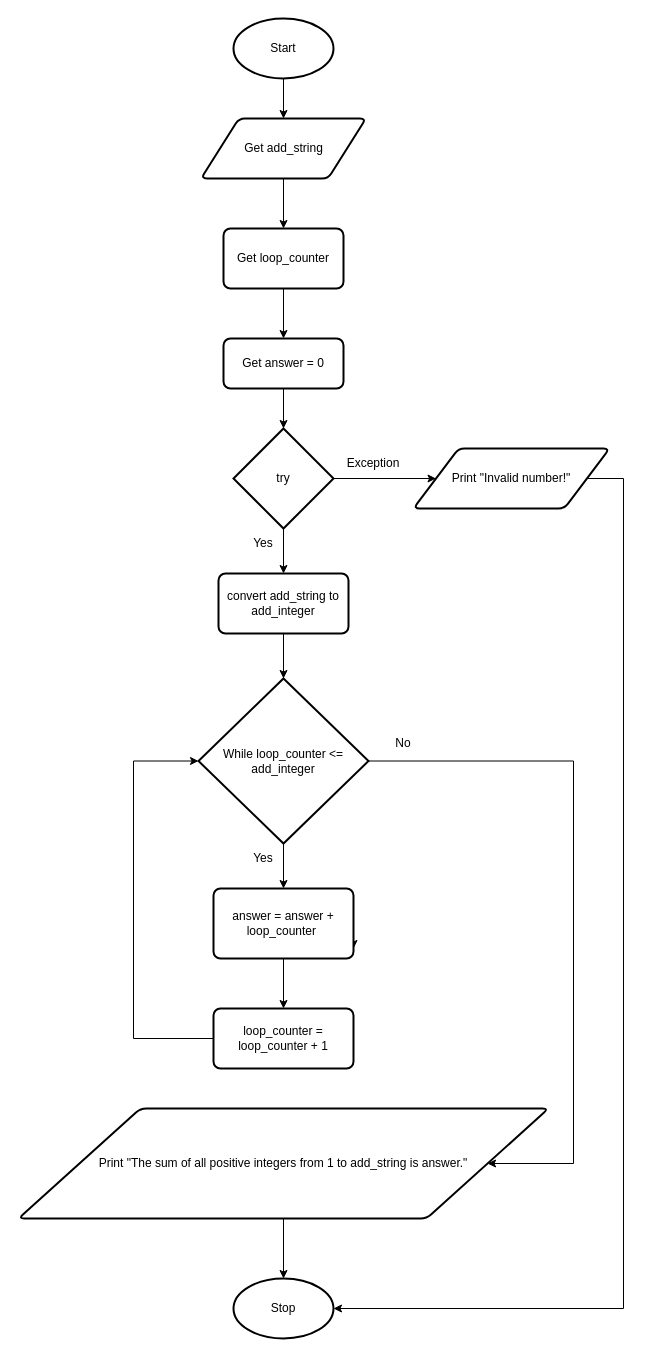
This is design.flowchart.drawio from Yiyun-Qin/ICS3U-Unit5-02-Python, a draw.io file, before an edit. Source tidied: cells renumbered, new cells numbered last; positions are measured from the earlier drawing's top-left corner, leaving out a move shared by most shapes. Both pictures are drawn from the tidied source at 100%, with x=0, y=0 at pixel (18, 18).
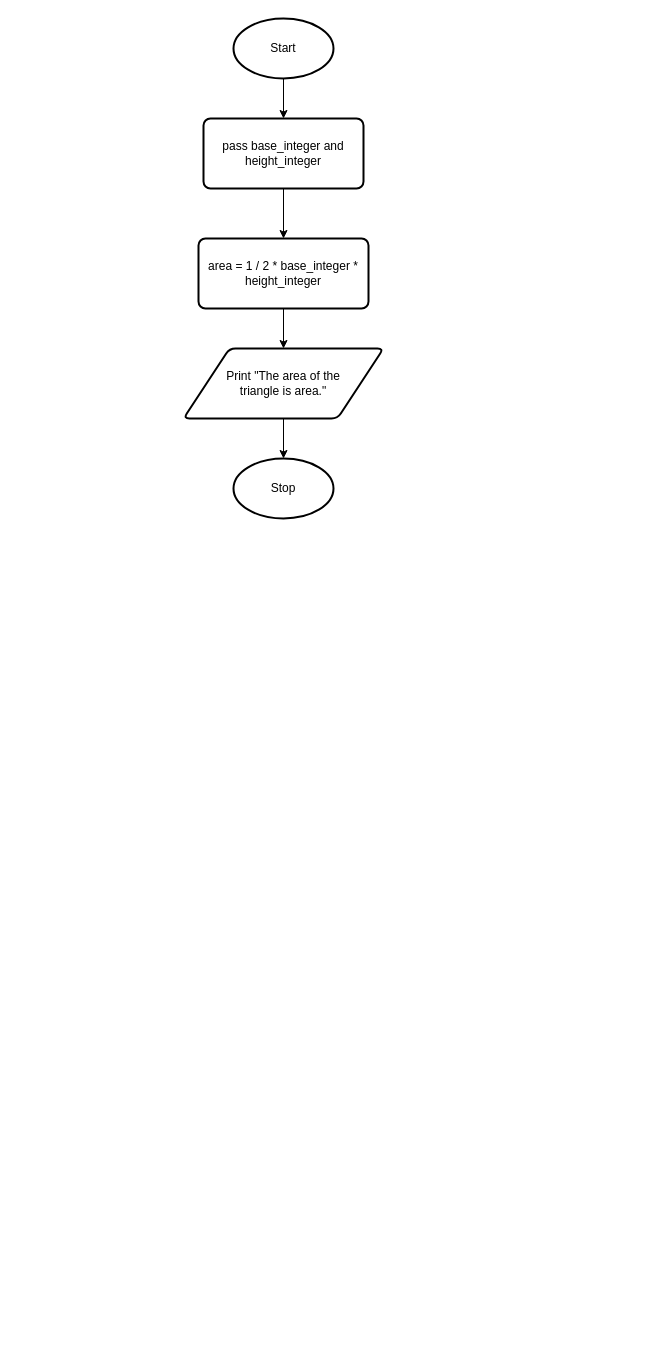
Above is the later version.

Unchanged cells that the change refers to:
```xml
<mxCell id="3" value="Start" style="strokeWidth=2;html=1;shape=mxgraph.flowchart.start_1;whiteSpace=wrap;" parent="1" vertex="1">
  <mxGeometry x="215" width="100" height="60" as="geometry" />
</mxCell>
```

What changed in the source:
```diff
@@
-    <mxCell id="2" style="edgeStyle=none;html=1;exitX=0.5;exitY=1;exitDx=0;exitDy=0;exitPerimeter=0;entryX=0.5;entryY=0;entryDx=0;entryDy=0;" parent="1" edge="1" source="3" target="5">
-      <mxGeometry relative="1" as="geometry" />
-    </mxCell>
+    <mxCell id="32" style="edgeStyle=none;html=1;exitX=0.5;exitY=1;exitDx=0;exitDy=0;exitPerimeter=0;entryX=0.5;entryY=0;entryDx=0;entryDy=0;" parent="1" edge="1" source="3" target="14">
+      <mxGeometry relative="1" as="geometry" />
+    </mxCell>
@@
-    <mxCell id="4" style="edgeStyle=none;html=1;exitX=0.5;exitY=1;exitDx=0;exitDy=0;entryX=0.5;entryY=0;entryDx=0;entryDy=0;" parent="1" edge="1" source="5" target="24">
-      <mxGeometry relative="1" as="geometry" />
-    </mxCell>
-    <mxCell id="5" value="Get add_string" style="shape=parallelogram;html=1;strokeWidth=2;perimeter=parallelogramPerimeter;whiteSpace=wrap;rounded=1;arcSize=12;size=0.23;" parent="1" vertex="1">
-      <mxGeometry x="182.5" y="100" width="165" height="60" as="geometry" />
-    </mxCell>
     <mxCell id="6" value="Stop" style="strokeWidth=2;html=1;shape=mxgraph.flowchart.start_1;whiteSpace=wrap;" parent="1" vertex="1">
-      <mxGeometry x="215" y="1260" width="100" height="60" as="geometry" />
+      <mxGeometry x="215" y="440" width="100" height="60" as="geometry" />
     </mxCell>
-    <mxCell id="7" value="Yes" style="text;html=1;strokeColor=none;fillColor=none;align=center;verticalAlign=middle;whiteSpace=wrap;rounded=0;" parent="1" vertex="1">
-      <mxGeometry x="215" y="510" width="60" height="30" as="geometry" />
-    </mxCell>
-    <mxCell id="8" value="No" style="text;html=1;strokeColor=none;fillColor=none;align=center;verticalAlign=middle;whiteSpace=wrap;rounded=0;" parent="1" vertex="1">
-      <mxGeometry x="355" y="710" width="60" height="30" as="geometry" />
-    </mxCell>
-    <mxCell id="9" style="edgeStyle=none;html=1;exitX=0.5;exitY=1;exitDx=0;exitDy=0;exitPerimeter=0;entryX=0.5;entryY=0;entryDx=0;entryDy=0;" parent="1" edge="1" source="11" target="13">
-      <mxGeometry relative="1" as="geometry" />
-    </mxCell>
-    <mxCell id="10" style="edgeStyle=none;html=1;exitX=1;exitY=0.5;exitDx=0;exitDy=0;exitPerimeter=0;entryX=0;entryY=0.5;entryDx=0;entryDy=0;" parent="1" edge="1" source="11" target="15">
-      <mxGeometry relative="1" as="geometry" />
-    </mxCell>
-    <mxCell id="11" value="try" style="strokeWidth=2;html=1;shape=mxgraph.flowchart.decision;whiteSpace=wrap;" parent="1" vertex="1">
-      <mxGeometry x="215" y="410" width="100" height="100" as="geometry" />
-    </mxCell>
-    <mxCell id="12" style="edgeStyle=none;html=1;exitX=0.5;exitY=1;exitDx=0;exitDy=0;entryX=0.5;entryY=0;entryDx=0;entryDy=0;entryPerimeter=0;" parent="1" edge="1" source="13" target="19">
-      <mxGeometry relative="1" as="geometry" />
-    </mxCell>
-    <mxCell id="13" value="convert add_string to add_integer" style="rounded=1;whiteSpace=wrap;html=1;absoluteArcSize=1;arcSize=14;strokeWidth=2;" parent="1" vertex="1">
-      <mxGeometry x="200" y="555" width="130" height="60" as="geometry" />
-    </mxCell>
+    <mxCell id="33" style="edgeStyle=none;html=1;exitX=0.5;exitY=1;exitDx=0;exitDy=0;entryX=0.5;entryY=0;entryDx=0;entryDy=0;" parent="1" edge="1" source="14" target="35">
+      <mxGeometry relative="1" as="geometry" />
+    </mxCell>
-    <mxCell id="14" style="edgeStyle=orthogonalEdgeStyle;html=1;exitX=1;exitY=0.5;exitDx=0;exitDy=0;entryX=1;entryY=0.5;entryDx=0;entryDy=0;entryPerimeter=0;rounded=0;" parent="1" edge="1" source="15" target="6">
-      <mxGeometry relative="1" as="geometry">
-        <Array as="points">
-          <mxPoint x="605" y="460" />
-          <mxPoint x="605" y="1290" />
-        </Array>
-      </mxGeometry>
+    <mxCell id="14" value="pass base_integer and height_integer" style="rounded=1;whiteSpace=wrap;html=1;absoluteArcSize=1;arcSize=14;strokeWidth=2;" parent="1" vertex="1">
+      <mxGeometry x="185" y="100" width="160" height="70" as="geometry" />
     </mxCell>
-    <mxCell id="15" value="Print &quot;Invalid number!&quot;" style="shape=parallelogram;html=1;strokeWidth=2;perimeter=parallelogramPerimeter;whiteSpace=wrap;rounded=1;arcSize=12;size=0.23;" parent="1" vertex="1">
-      <mxGeometry x="395" y="430" width="196" height="60" as="geometry" />
-    </mxCell>
-    <mxCell id="16" value="Exception" style="text;html=1;strokeColor=none;fillColor=none;align=center;verticalAlign=middle;whiteSpace=wrap;rounded=0;" parent="1" vertex="1">
-      <mxGeometry x="325" y="430" width="60" height="30" as="geometry" />
-    </mxCell>
-    <mxCell id="17" style="edgeStyle=none;html=1;exitX=0.5;exitY=1;exitDx=0;exitDy=0;exitPerimeter=0;entryX=0.5;entryY=0;entryDx=0;entryDy=0;" parent="1" edge="1" source="19" target="22">
-      <mxGeometry relative="1" as="geometry" />
-    </mxCell>
-    <mxCell id="18" style="edgeStyle=orthogonalEdgeStyle;rounded=0;html=1;exitX=1;exitY=0.5;exitDx=0;exitDy=0;exitPerimeter=0;entryX=1;entryY=0.5;entryDx=0;entryDy=0;" parent="1" edge="1" source="19" target="31">
-      <mxGeometry relative="1" as="geometry">
-        <Array as="points">
-          <mxPoint x="555" y="743" />
-          <mxPoint x="555" y="1145" />
-        </Array>
-      </mxGeometry>
-    </mxCell>
-    <mxCell id="19" value="While loop_counter &amp;lt;= add_integer" style="strokeWidth=2;html=1;shape=mxgraph.flowchart.decision;whiteSpace=wrap;" parent="1" vertex="1">
-      <mxGeometry x="180" y="660" width="170" height="165" as="geometry" />
-    </mxCell>
-    <mxCell id="20" style="edgeStyle=none;html=1;exitX=1;exitY=0.75;exitDx=0;exitDy=0;" parent="1" edge="1" source="22">
-      <mxGeometry relative="1" as="geometry">
-        <mxPoint x="335" y="930" as="targetPoint" />
-      </mxGeometry>
-    </mxCell>
-    <mxCell id="21" style="edgeStyle=none;html=1;exitX=0.5;exitY=1;exitDx=0;exitDy=0;entryX=0.5;entryY=0;entryDx=0;entryDy=0;" parent="1" edge="1" source="22" target="28">
-      <mxGeometry relative="1" as="geometry" />
-    </mxCell>
-    <mxCell id="22" value="answer = answer + loop_counter&amp;nbsp;" style="rounded=1;whiteSpace=wrap;html=1;absoluteArcSize=1;arcSize=14;strokeWidth=2;" parent="1" vertex="1">
-      <mxGeometry x="195" y="870" width="140" height="70" as="geometry" />
-    </mxCell>
-    <mxCell id="23" style="edgeStyle=none;html=1;exitX=0.5;exitY=1;exitDx=0;exitDy=0;entryX=0.5;entryY=0;entryDx=0;entryDy=0;" parent="1" edge="1" source="24" target="26">
-      <mxGeometry relative="1" as="geometry" />
-    </mxCell>
-    <mxCell id="24" value="Get loop_counter" style="rounded=1;whiteSpace=wrap;html=1;absoluteArcSize=1;arcSize=14;strokeWidth=2;" parent="1" vertex="1">
-      <mxGeometry x="205" y="210" width="120" height="60" as="geometry" />
-    </mxCell>
-    <mxCell id="25" style="edgeStyle=none;html=1;exitX=0.5;exitY=1;exitDx=0;exitDy=0;entryX=0.5;entryY=0;entryDx=0;entryDy=0;entryPerimeter=0;" parent="1" edge="1" source="26" target="11">
-      <mxGeometry relative="1" as="geometry" />
-    </mxCell>
-    <mxCell id="26" value="Get answer = 0" style="rounded=1;whiteSpace=wrap;html=1;absoluteArcSize=1;arcSize=14;strokeWidth=2;" parent="1" vertex="1">
-      <mxGeometry x="205" y="320" width="120" height="50" as="geometry" />
-    </mxCell>
-    <mxCell id="27" style="edgeStyle=orthogonalEdgeStyle;html=1;exitX=0;exitY=0.5;exitDx=0;exitDy=0;entryX=0;entryY=0.5;entryDx=0;entryDy=0;entryPerimeter=0;rounded=0;" parent="1" edge="1" source="28" target="19">
-      <mxGeometry relative="1" as="geometry">
-        <Array as="points">
-          <mxPoint x="115" y="1020" />
-          <mxPoint x="115" y="743" />
-        </Array>
-      </mxGeometry>
-    </mxCell>
-    <mxCell id="28" value="loop_counter = loop_counter + 1" style="rounded=1;whiteSpace=wrap;html=1;absoluteArcSize=1;arcSize=14;strokeWidth=2;" parent="1" vertex="1">
-      <mxGeometry x="195" y="990" width="140" height="60" as="geometry" />
-    </mxCell>
-    <mxCell id="29" value="Yes" style="text;html=1;strokeColor=none;fillColor=none;align=center;verticalAlign=middle;whiteSpace=wrap;rounded=0;" parent="1" vertex="1">
-      <mxGeometry x="215" y="825" width="60" height="30" as="geometry" />
-    </mxCell>
-    <mxCell id="30" style="edgeStyle=orthogonalEdgeStyle;rounded=0;html=1;exitX=0.5;exitY=1;exitDx=0;exitDy=0;entryX=0.5;entryY=0;entryDx=0;entryDy=0;entryPerimeter=0;" parent="1" edge="1" source="31" target="6">
-      <mxGeometry relative="1" as="geometry" />
-    </mxCell>
-    <mxCell id="31" value="Print &quot;The sum of all positive integers from 1 to add_string is answer.&quot;" style="shape=parallelogram;html=1;strokeWidth=2;perimeter=parallelogramPerimeter;whiteSpace=wrap;rounded=1;arcSize=12;size=0.23;" parent="1" vertex="1">
-      <mxGeometry y="1090" width="530" height="110" as="geometry" />
-    </mxCell>
+    <mxCell id="34" style="edgeStyle=none;html=1;exitX=0.5;exitY=1;exitDx=0;exitDy=0;entryX=0.5;entryY=0;entryDx=0;entryDy=0;" parent="1" edge="1" source="35" target="37">
+      <mxGeometry relative="1" as="geometry" />
+    </mxCell>
+    <mxCell id="35" value="area = 1 / 2 * base_integer * height_integer" style="rounded=1;whiteSpace=wrap;html=1;absoluteArcSize=1;arcSize=14;strokeWidth=2;" parent="1" vertex="1">
+      <mxGeometry x="180" y="220" width="170" height="70" as="geometry" />
+    </mxCell>
+    <mxCell id="36" style="edgeStyle=none;html=1;exitX=0.5;exitY=1;exitDx=0;exitDy=0;entryX=0.5;entryY=0;entryDx=0;entryDy=0;entryPerimeter=0;" parent="1" edge="1" source="37" target="6">
+      <mxGeometry relative="1" as="geometry" />
+    </mxCell>
+    <mxCell id="37" value="Print &quot;The area of the &lt;br&gt;triangle is area.&quot;" style="shape=parallelogram;html=1;strokeWidth=2;perimeter=parallelogramPerimeter;whiteSpace=wrap;rounded=1;arcSize=12;size=0.23;" parent="1" vertex="1">
+      <mxGeometry x="165" y="330" width="200" height="70" as="geometry" />
+    </mxCell>
```
